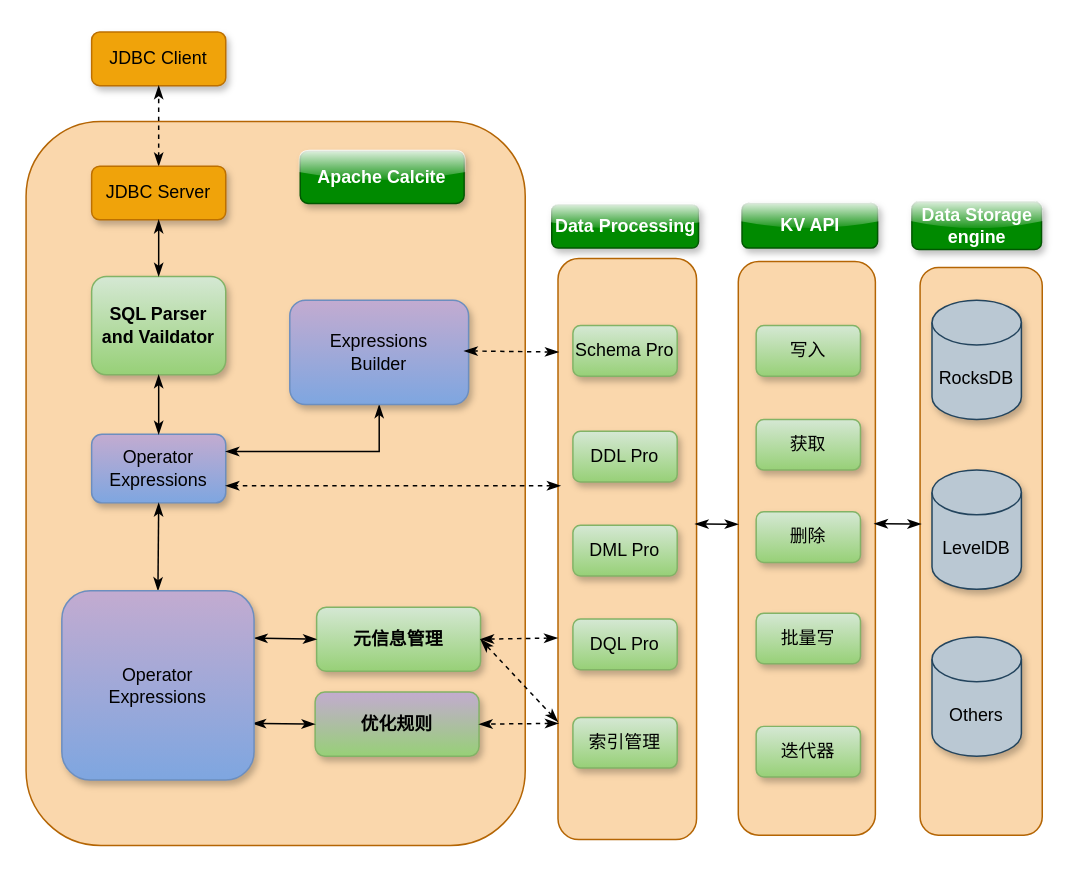
The draw.io diagram Untitled Diagram.drawio in arlottang/tdh_bit, before the edit. Source tidied: cells renumbered, new cells numbered last; positions are measured from the earlier drawing's top-left corner, leaving out a move shared by most shapes. Both pictures are drawn from the tidied source at 149%, with x=0, y=0 at pixel (25, 31).
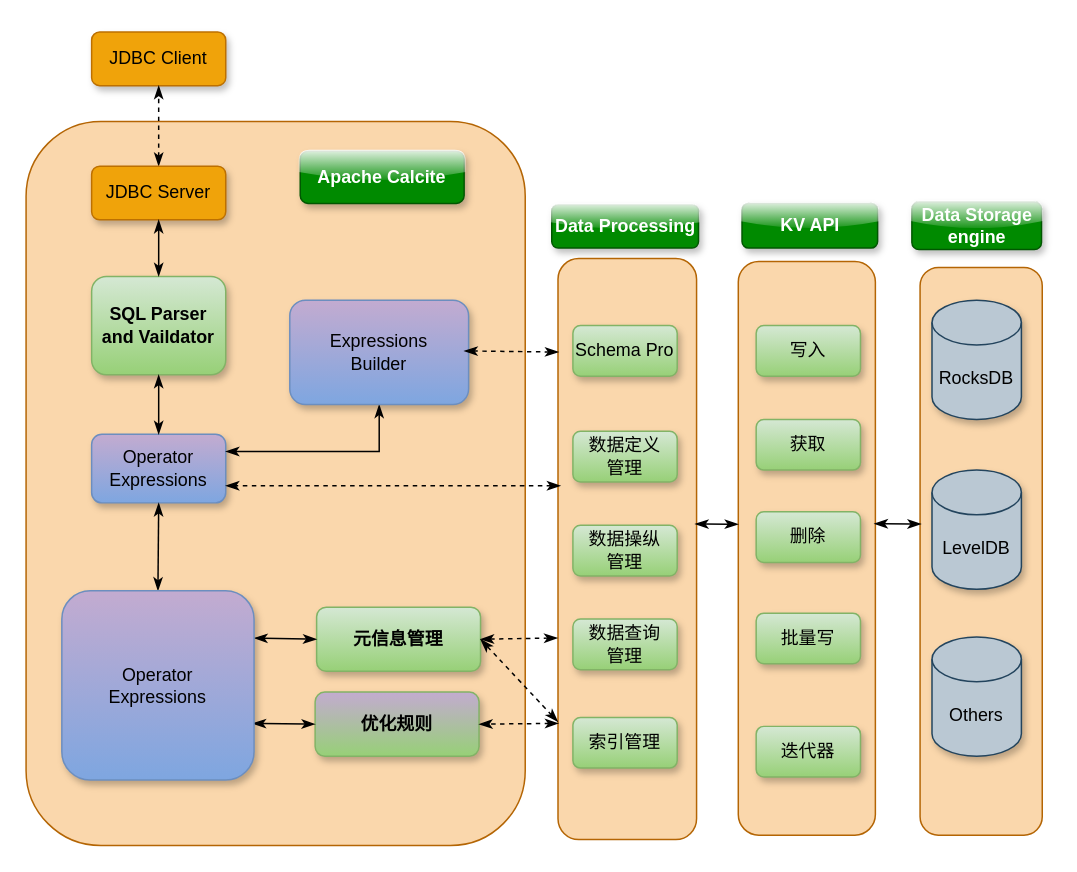
The same diagram, later.

The edit, as a diff of the source:
```diff
@@
-    <mxCell id="34" value="DDL Pro" style="rounded=1;whiteSpace=wrap;html=1;shadow=1;glass=0;hachureGap=4;strokeWidth=1;fillColor=#d5e8d4;gradientColor=#97d077;strokeColor=#82b366;" parent="1" vertex="1">
+    <mxCell id="34" value="数据定义&lt;br&gt;管理" style="rounded=1;whiteSpace=wrap;html=1;shadow=1;glass=0;hachureGap=4;strokeWidth=1;fillColor=#d5e8d4;gradientColor=#97d077;strokeColor=#82b366;" parent="1" vertex="1">
       <mxGeometry x="367" y="268" width="70" height="34" as="geometry" />
     </mxCell>
-    <mxCell id="35" value="DML Pro" style="rounded=1;whiteSpace=wrap;html=1;shadow=1;glass=0;hachureGap=4;strokeWidth=1;fillColor=#d5e8d4;gradientColor=#97d077;strokeColor=#82b366;" parent="1" vertex="1">
+    <mxCell id="35" value="数据操纵&lt;br&gt;管理" style="rounded=1;whiteSpace=wrap;html=1;shadow=1;glass=0;hachureGap=4;strokeWidth=1;fillColor=#d5e8d4;gradientColor=#97d077;strokeColor=#82b366;" parent="1" vertex="1">
       <mxGeometry x="367" y="331" width="70" height="34" as="geometry" />
     </mxCell>
-    <mxCell id="36" value="DQL Pro" style="rounded=1;whiteSpace=wrap;html=1;shadow=1;glass=0;hachureGap=4;strokeWidth=1;fillColor=#d5e8d4;gradientColor=#97d077;strokeColor=#82b366;" parent="1" vertex="1">
+    <mxCell id="36" value="数据查询&lt;br&gt;管理" style="rounded=1;whiteSpace=wrap;html=1;shadow=1;glass=0;hachureGap=4;strokeWidth=1;fillColor=#d5e8d4;gradientColor=#97d077;strokeColor=#82b366;" parent="1" vertex="1">
       <mxGeometry x="367" y="394" width="70" height="34" as="geometry" />
     </mxCell>
```
